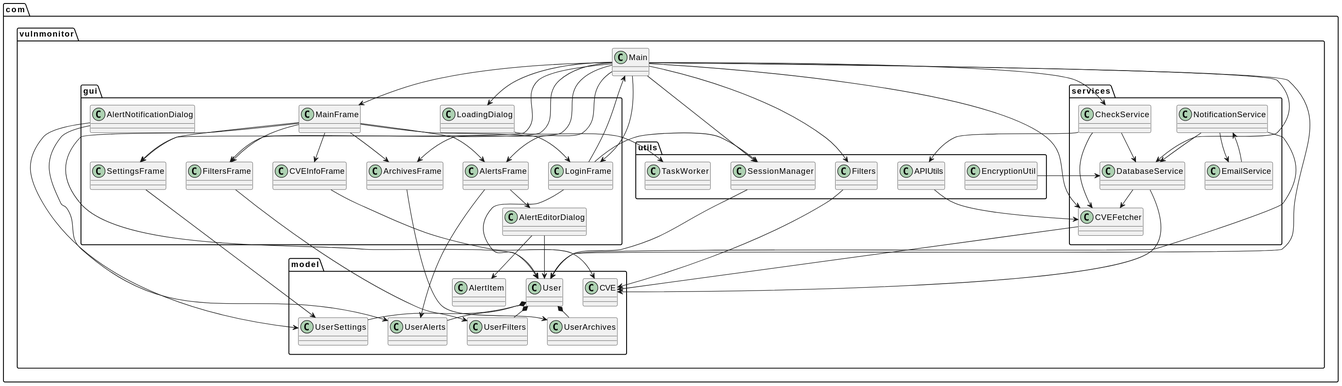
The PlantUML diagram repo/UML.svg in 0x00K1/VulnMonitor, before a commit.
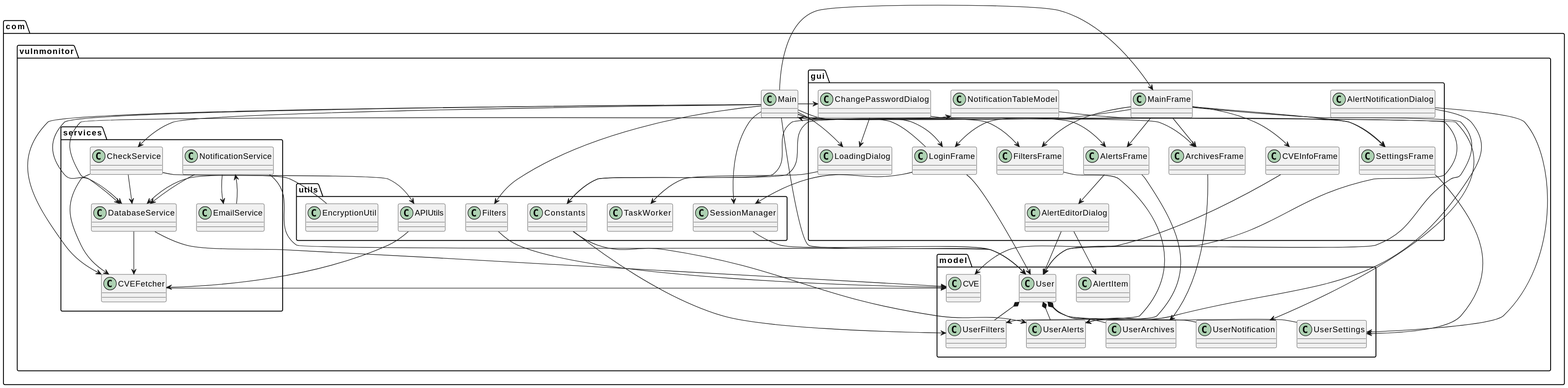
The same diagram one commit later.

What changed in the source:
```diff
@@ -19,6 +19,8 @@
         class ArchivesFrame
         class SettingsFrame
         class LoadingDialog
+        class ChangePasswordDialog
+        class NotificationTableModel
     }
 
     package "model" {
@@ -29,6 +31,7 @@
         class UserArchives
         class UserSettings
         class AlertItem
+        class UserNotification
     }
 
     package "services" {
@@ -45,6 +48,7 @@
         class SessionManager
         class TaskWorker
         class EncryptionUtil
+        class Constants
     }
 
 }
@@ -62,6 +66,7 @@
 Main --> Filters
 Main --> SessionManager
 Main --> LoadingDialog
+Main --> ChangePasswordDialog
 
 MainFrame --> User
 MainFrame --> CVEInfoFrame
@@ -86,10 +91,18 @@
 AlertEditorDialog --> AlertItem
 AlertEditorDialog --> User
 
+ChangePasswordDialog --> User
+ChangePasswordDialog --> DatabaseService
+ChangePasswordDialog --> LoadingDialog
+
+NotificationTableModel --> UserNotification
+NotificationTableModel --> Constants
+
 User *-- UserFilters
 User *-- UserAlerts
 User *-- UserArchives
 User *-- UserSettings
+User *-- UserNotification
 
 CVEInfoFrame --> CVE
 
@@ -116,4 +129,8 @@
 EmailService --> NotificationService
 
 EncryptionUtil --> DatabaseService
+
+Constants --> UserFilters
+Constants --> UserAlerts
+Constants --> NotificationTableModel
 @enduml
```
